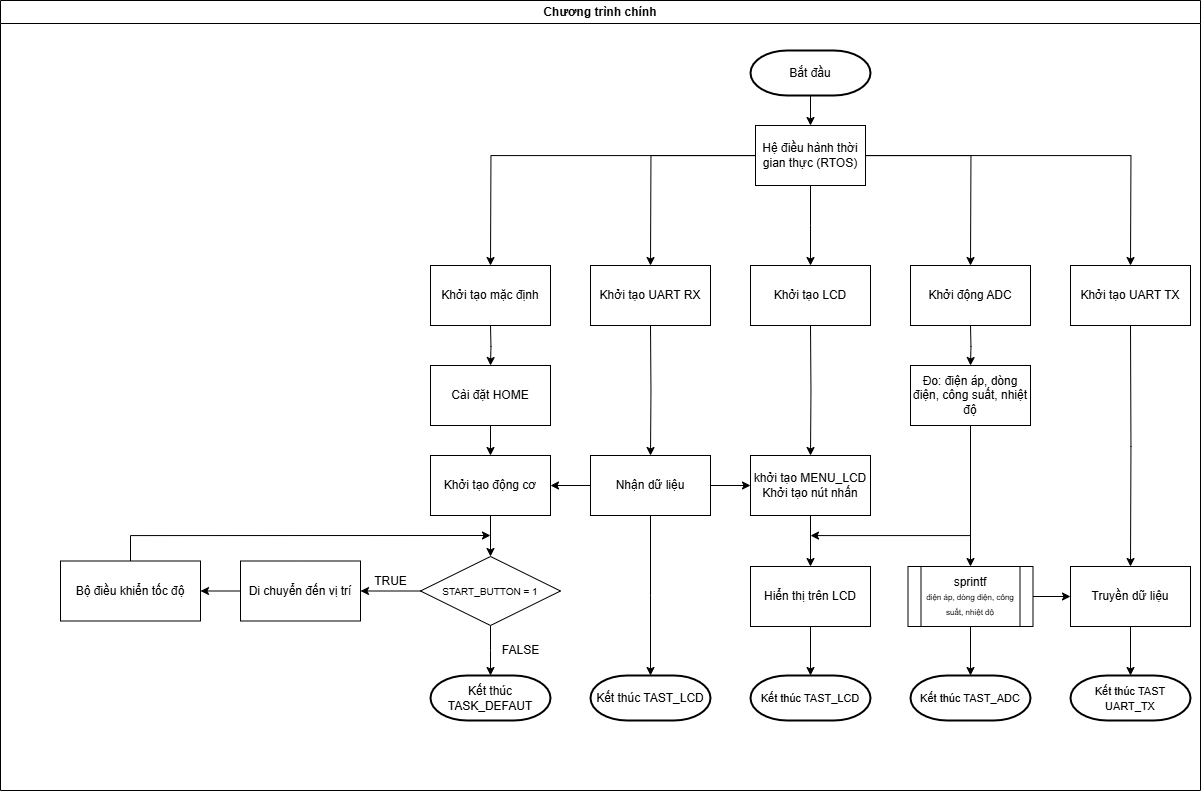
This is FLOWCHART-VIE/FLOWCHART-MAIN-PROGRAM.png from Quynguyen34/CNC-Drill-Graduation-Project, a draw.io export, as it was before one commit. Source tidied: cells renumbered, new cells last; positions are measured from the earlier drawing's top-left corner, leaving out a move shared by most shapes.
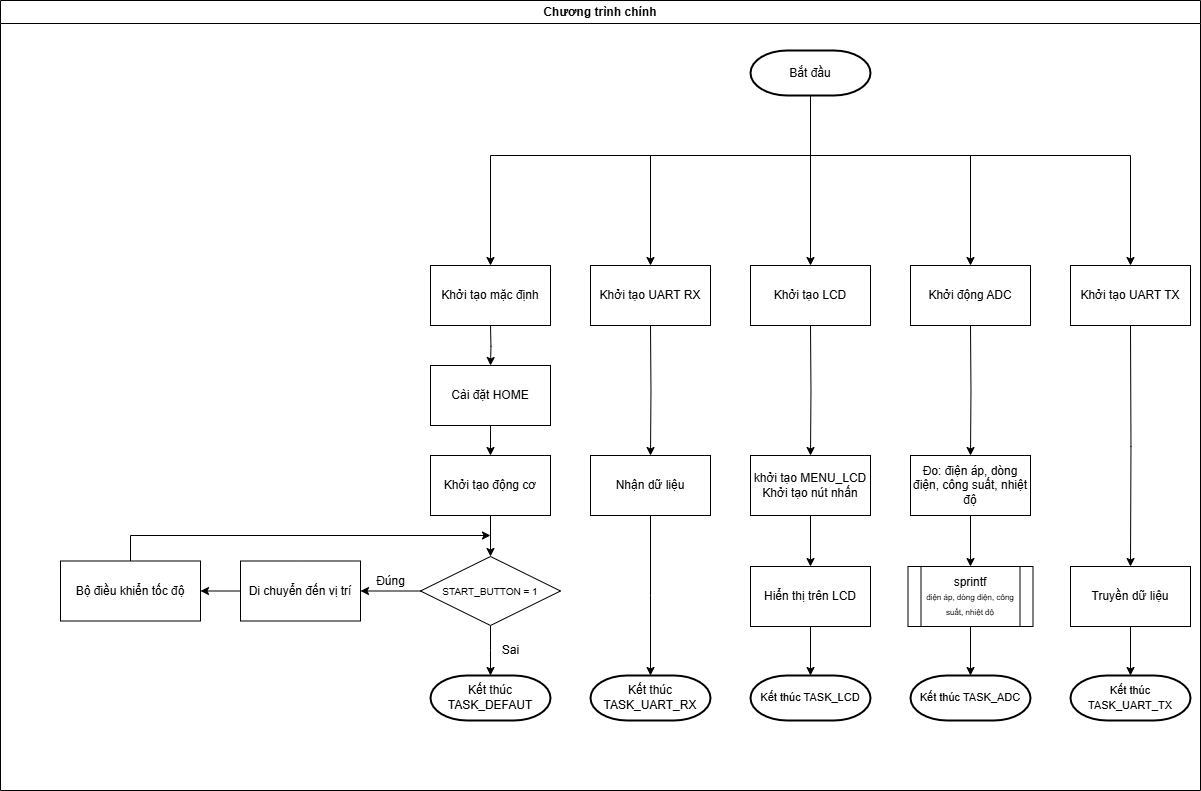
Later version of the same file.

The edit, as a diff of the source:
```diff
@@ -2,12 +2,6 @@
   <root>
     <mxCell id="0" />
     <mxCell id="1" parent="0" />
-    <mxCell id="2" style="edgeStyle=orthogonalEdgeStyle;rounded=0;orthogonalLoop=1;jettySize=auto;html=1;" parent="1" edge="1">
-      <mxGeometry relative="1" as="geometry">
-        <mxPoint x="810" y="95" as="sourcePoint" />
-        <mxPoint x="810" y="125" as="targetPoint" />
-      </mxGeometry>
-    </mxCell>
     <mxCell id="3" style="edgeStyle=orthogonalEdgeStyle;rounded=0;jettySize=auto;html=1;" parent="1" edge="1" target="5">
       <mxGeometry relative="1" as="geometry">
         <mxPoint x="490" y="325" as="sourcePoint" />
@@ -50,40 +44,22 @@
     <mxCell id="13" value="Di chuyển đến vị trí" style="rounded=0;whiteSpace=wrap;html=1;" parent="1" vertex="1">
       <mxGeometry x="240" y="560.5" width="120" height="60" as="geometry" />
     </mxCell>
-    <mxCell id="14" value="TRUE" style="text;html=1;align=center;verticalAlign=middle;strokeColor=none;fillColor=none;" parent="1" vertex="1">
-      <mxGeometry x="360" y="566" width="60" height="30" as="geometry" />
+    <mxCell id="14" value="Đúng" style="text;html=1;align=center;verticalAlign=middle;strokeColor=none;fillColor=none;" parent="1" vertex="1">
+      <mxGeometry x="365" y="566" width="50" height="30" as="geometry" />
     </mxCell>
-    <mxCell id="15" value="FALSE" style="text;html=1;align=center;verticalAlign=middle;strokeColor=none;fillColor=none;" parent="1" vertex="1">
-      <mxGeometry x="490" y="635" width="60" height="30" as="geometry" />
-    </mxCell>
     <mxCell id="16" value="Bộ điều khiển tốc độ" style="rounded=0;whiteSpace=wrap;html=1;" parent="1" vertex="1">
       <mxGeometry x="60" y="560.5" width="140" height="60" as="geometry" />
     </mxCell>
-    <mxCell id="17" style="edgeStyle=orthogonalEdgeStyle;rounded=0;jettySize=auto;html=1;exitX=0.5;exitY=1;exitDx=0;exitDy=0;" parent="1" edge="1" source="30">
-      <mxGeometry relative="1" as="geometry">
-        <mxPoint x="810" y="535" as="targetPoint" />
-        <Array as="points">
-          <mxPoint x="970" y="535" />
-          <mxPoint x="810" y="535" />
-        </Array>
-      </mxGeometry>
-    </mxCell>
     <mxCell id="18" style="edgeStyle=orthogonalEdgeStyle;rounded=0;jettySize=auto;html=1;" parent="1" edge="1" target="22">
       <mxGeometry relative="1" as="geometry">
         <mxPoint x="650" y="325" as="sourcePoint" />
       </mxGeometry>
     </mxCell>
-    <mxCell id="19" style="edgeStyle=orthogonalEdgeStyle;rounded=0;jettySize=auto;html=1;entryX=1;entryY=0.5;entryDx=0;entryDy=0;" parent="1" edge="1" source="22" target="7">
-      <mxGeometry relative="1" as="geometry" />
-    </mxCell>
     <mxCell id="20" style="edgeStyle=orthogonalEdgeStyle;rounded=0;jettySize=auto;html=1;entryX=0.5;entryY=0;entryDx=0;entryDy=0;" parent="1" edge="1" source="22">
       <mxGeometry relative="1" as="geometry">
         <mxPoint x="650" y="675" as="targetPoint" />
       </mxGeometry>
     </mxCell>
-    <mxCell id="21" style="edgeStyle=orthogonalEdgeStyle;rounded=0;jettySize=auto;html=1;" parent="1" edge="1" source="22" target="25">
-      <mxGeometry relative="1" as="geometry" />
-    </mxCell>
     <mxCell id="22" value="Nhận dữ liệu" style="rounded=0;whiteSpace=wrap;html=1;" parent="1" vertex="1">
       <mxGeometry x="590" y="455" width="120" height="60" as="geometry" />
     </mxCell>
@@ -114,12 +90,6 @@
     <mxCell id="29" style="edgeStyle=orthogonalEdgeStyle;rounded=0;jettySize=auto;html=1;entryX=0.5;entryY=0;entryDx=0;entryDy=0;" parent="1" edge="1" source="30" target="33">
       <mxGeometry relative="1" as="geometry" />
     </mxCell>
-    <mxCell id="30" value="Đo: điện áp, dòng điện, công suất, nhiệt độ" style="rounded=0;whiteSpace=wrap;html=1;direction=east;flipH=1;" parent="1" vertex="1">
-      <mxGeometry x="910" y="365" width="120" height="60" as="geometry" />
-    </mxCell>
-    <mxCell id="31" style="edgeStyle=orthogonalEdgeStyle;rounded=0;jettySize=auto;html=1;" parent="1" edge="1" source="33" target="36">
-      <mxGeometry relative="1" as="geometry" />
-    </mxCell>
     <mxCell id="32" style="edgeStyle=orthogonalEdgeStyle;rounded=0;jettySize=auto;html=1;" parent="1" edge="1" source="33">
       <mxGeometry relative="1" as="geometry">
         <mxPoint x="970" y="675" as="targetPoint" />
@@ -144,12 +114,44 @@
     <mxCell id="37" value="Chương trình chính" style="swimlane;whiteSpace=wrap;html=1;" parent="1" vertex="1">
       <mxGeometry width="1200" height="790" as="geometry" />
     </mxCell>
+    <mxCell id="55" style="edgeStyle=orthogonalEdgeStyle;rounded=0;jettySize=auto;html=1;entryX=0.5;entryY=0;entryDx=0;entryDy=0;" parent="37" edge="1" source="38" target="42">
+      <mxGeometry relative="1" as="geometry" />
+    </mxCell>
+    <mxCell id="56" style="edgeStyle=orthogonalEdgeStyle;rounded=0;jettySize=auto;html=1;entryX=0.5;entryY=0;entryDx=0;entryDy=0;" parent="37" edge="1" source="38" target="41">
+      <mxGeometry relative="1" as="geometry">
+        <Array as="points">
+          <mxPoint x="810" y="155" />
+          <mxPoint x="650" y="155" />
+        </Array>
+      </mxGeometry>
+    </mxCell>
+    <mxCell id="57" style="edgeStyle=orthogonalEdgeStyle;rounded=0;jettySize=auto;html=1;entryX=0.5;entryY=0;entryDx=0;entryDy=0;" parent="37" edge="1" source="38" target="40">
+      <mxGeometry relative="1" as="geometry">
+        <Array as="points">
+          <mxPoint x="810" y="155" />
+          <mxPoint x="490" y="155" />
+        </Array>
+      </mxGeometry>
+    </mxCell>
+    <mxCell id="58" style="edgeStyle=orthogonalEdgeStyle;rounded=0;jettySize=auto;html=1;" parent="37" edge="1" source="38" target="43">
+      <mxGeometry relative="1" as="geometry">
+        <Array as="points">
+          <mxPoint x="810" y="155" />
+          <mxPoint x="970" y="155" />
+        </Array>
+      </mxGeometry>
+    </mxCell>
+    <mxCell id="59" style="edgeStyle=orthogonalEdgeStyle;rounded=0;jettySize=auto;html=1;entryX=0.5;entryY=0;entryDx=0;entryDy=0;" parent="37" edge="1" source="38" target="44">
+      <mxGeometry relative="1" as="geometry">
+        <Array as="points">
+          <mxPoint x="810" y="155" />
+          <mxPoint x="1130" y="155" />
+        </Array>
+      </mxGeometry>
+    </mxCell>
     <mxCell id="38" value="Bắt đầu" style="strokeWidth=2;html=1;shape=mxgraph.flowchart.terminator;whiteSpace=wrap;" parent="37" vertex="1">
       <mxGeometry x="750" y="50" width="120" height="45" as="geometry" />
     </mxCell>
-    <mxCell id="39" value="Hệ điều hành thời gian thực (RTOS)" style="rounded=0;whiteSpace=wrap;html=1;" parent="37" vertex="1">
-      <mxGeometry x="755" y="125" width="110" height="60" as="geometry" />
-    </mxCell>
     <mxCell id="40" value="Khởi tạo mặc định" style="rounded=0;whiteSpace=wrap;html=1;" parent="37" vertex="1">
       <mxGeometry x="430" y="265" width="120" height="60" as="geometry" />
     </mxCell>
@@ -168,42 +170,23 @@
     <mxCell id="45" value="Kết thúc TASK_DEFAUT" style="strokeWidth=2;html=1;shape=mxgraph.flowchart.terminator;whiteSpace=wrap;" parent="37" vertex="1">
       <mxGeometry x="430" y="675" width="120" height="45" as="geometry" />
     </mxCell>
-    <mxCell id="46" value="&lt;font style=&quot;font-size: 12px;&quot;&gt;Kết thúc TAST_LCD&lt;/font&gt;" style="strokeWidth=2;html=1;shape=mxgraph.flowchart.terminator;whiteSpace=wrap;" parent="37" vertex="1">
+    <mxCell id="46" value="&lt;font style=&quot;font-size: 12px;&quot;&gt;Kết thúc TASK_UART_RX&lt;/font&gt;" style="strokeWidth=2;html=1;shape=mxgraph.flowchart.terminator;whiteSpace=wrap;" parent="37" vertex="1">
       <mxGeometry x="590" y="675" width="120" height="45" as="geometry" />
     </mxCell>
-    <mxCell id="47" value="&lt;span style=&quot;font-size: 11px;&quot;&gt;Kết thúc TAST_LCD&lt;/span&gt;" style="strokeWidth=2;html=1;shape=mxgraph.flowchart.terminator;whiteSpace=wrap;" parent="37" vertex="1">
+    <mxCell id="47" value="&lt;span style=&quot;font-size: 11px;&quot;&gt;Kết thúc TASK_LCD&lt;/span&gt;" style="strokeWidth=2;html=1;shape=mxgraph.flowchart.terminator;whiteSpace=wrap;" parent="37" vertex="1">
       <mxGeometry x="750" y="675" width="120" height="45" as="geometry" />
     </mxCell>
-    <mxCell id="48" value="&lt;span style=&quot;font-size: 11px;&quot;&gt;Kết thúc TAST_ADC&lt;/span&gt;" style="strokeWidth=2;html=1;shape=mxgraph.flowchart.terminator;whiteSpace=wrap;" parent="37" vertex="1">
+    <mxCell id="48" value="&lt;span style=&quot;font-size: 11px;&quot;&gt;Kết thúc TASK_ADC&lt;/span&gt;" style="strokeWidth=2;html=1;shape=mxgraph.flowchart.terminator;whiteSpace=wrap;" parent="37" vertex="1">
       <mxGeometry x="910" y="675" width="120" height="45" as="geometry" />
     </mxCell>
-    <mxCell id="49" value="&lt;span style=&quot;font-size: 11px;&quot;&gt;Kết thúc TAST UART_TX&lt;/span&gt;" style="strokeWidth=2;html=1;shape=mxgraph.flowchart.terminator;whiteSpace=wrap;" parent="37" vertex="1">
+    <mxCell id="49" value="&lt;span style=&quot;font-size: 11px;&quot;&gt;Kết thúc TASK_UART_TX&lt;/span&gt;" style="strokeWidth=2;html=1;shape=mxgraph.flowchart.terminator;whiteSpace=wrap;" parent="37" vertex="1">
       <mxGeometry x="1070" y="675" width="120" height="45" as="geometry" />
     </mxCell>
-    <mxCell id="50" style="edgeStyle=orthogonalEdgeStyle;rounded=0;jettySize=auto;html=1;" parent="1" edge="1" source="39">
-      <mxGeometry relative="1" as="geometry">
-        <mxPoint x="810" y="265" as="targetPoint" />
-      </mxGeometry>
-    </mxCell>
-    <mxCell id="51" style="edgeStyle=orthogonalEdgeStyle;rounded=0;jettySize=auto;html=1;" parent="1" edge="1" source="39">
-      <mxGeometry relative="1" as="geometry">
-        <mxPoint x="970" y="265" as="targetPoint" />
-      </mxGeometry>
-    </mxCell>
-    <mxCell id="52" style="edgeStyle=orthogonalEdgeStyle;rounded=0;jettySize=auto;html=1;entryX=0.5;entryY=0;entryDx=0;entryDy=0;" parent="1" edge="1" source="39">
-      <mxGeometry relative="1" as="geometry">
-        <mxPoint x="1130" y="265" as="targetPoint" />
-      </mxGeometry>
-    </mxCell>
-    <mxCell id="53" style="edgeStyle=orthogonalEdgeStyle;rounded=0;jettySize=auto;html=1;entryX=0.5;entryY=0;entryDx=0;entryDy=0;" parent="1" edge="1" source="39">
-      <mxGeometry relative="1" as="geometry">
-        <mxPoint x="650" y="265" as="targetPoint" />
-      </mxGeometry>
-    </mxCell>
-    <mxCell id="54" style="edgeStyle=orthogonalEdgeStyle;rounded=0;jettySize=auto;html=1;" parent="1" edge="1" source="39">
-      <mxGeometry relative="1" as="geometry">
-        <mxPoint x="490" y="265" as="targetPoint" />
-      </mxGeometry>
-    </mxCell>
+    <mxCell id="30" value="Đo: điện áp, dòng điện, công suất, nhiệt độ" style="rounded=0;whiteSpace=wrap;html=1;direction=east;flipH=1;" parent="37" vertex="1">
+      <mxGeometry x="910" y="455" width="120" height="60" as="geometry" />
+    </mxCell>
+    <mxCell id="15" value="Sai" style="text;html=1;align=center;verticalAlign=middle;strokeColor=none;fillColor=none;" parent="37" vertex="1">
+      <mxGeometry x="490" y="635" width="40" height="30" as="geometry" />
+    </mxCell>
   </root>
 </mxGraphModel>
```
